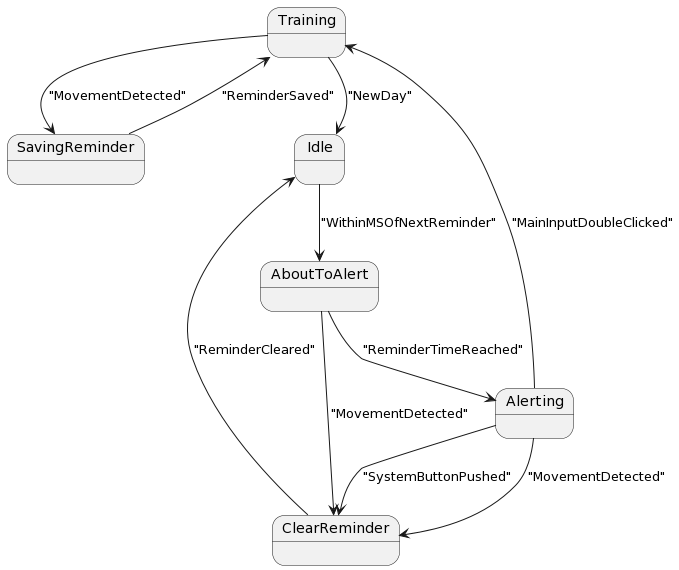
eejai42/med-reminder keeps this PlantUML diagram as docs/state-machine-planttext.uml.png. Above is the earlier version.
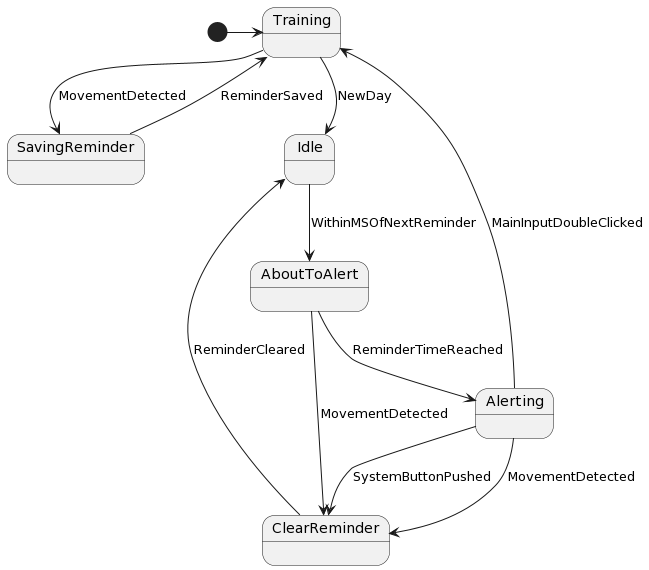
Above is the later version.

Diff of the diagram source:
```diff
@@ -1,4 +1,5 @@
 @startuml
+[*] -> Training
 state Training
 state SavingReminder
 state Idle
@@ -6,23 +7,14 @@
 state Alerting
 state ClearReminder
 
-Training --> SavingReminder : "MovementDetected"
-
-Training --> Idle : "NewDay"
-
-SavingReminder --> Training : "ReminderSaved"
-
-Idle --> AboutToAlert : "WithinMSOfNextReminder"
-
-AboutToAlert --> Alerting : "ReminderTimeReached"
-
-AboutToAlert --> ClearReminder : "MovementDetected"
-
-Alerting --> Training : "MainInputDoubleClicked"
-
-Alerting --> ClearReminder : "SystemButtonPushed"
-
-Alerting --> ClearReminder : "MovementDetected"
-
-ClearReminder --> Idle : "ReminderCleared"
+Training --> SavingReminder : MovementDetected
+Training --> Idle : NewDay
+SavingReminder --> Training : ReminderSaved
+Idle --> AboutToAlert : WithinMSOfNextReminder
+AboutToAlert --> Alerting : ReminderTimeReached
+AboutToAlert --> ClearReminder : MovementDetected
+Alerting --> Training : MainInputDoubleClicked
+Alerting --> ClearReminder : SystemButtonPushed
+Alerting --> ClearReminder : MovementDetected
+ClearReminder --> Idle : ReminderCleared
 @enduml
```
